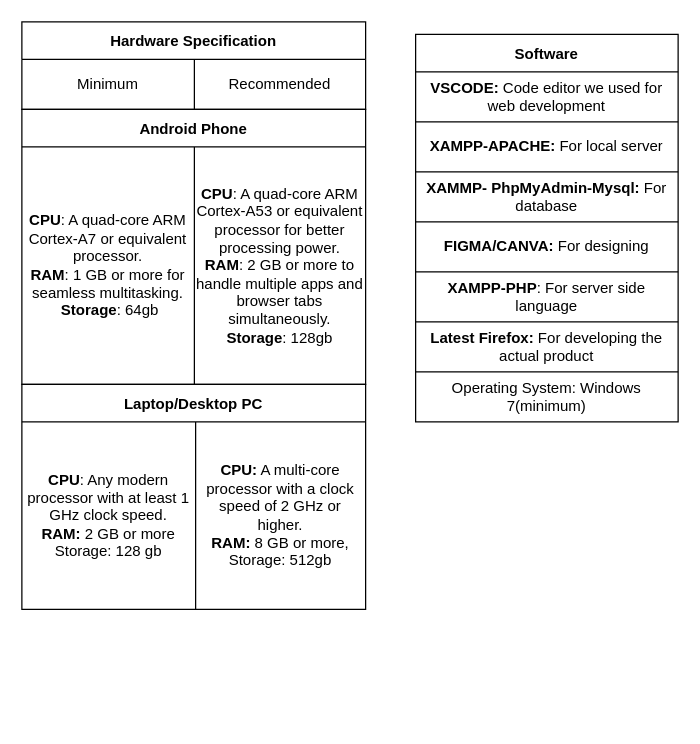
Above: table.drawio in AriesJ12/Full-fledge-website-first- (draw.io), before the change. Source tidied: cells renumbered, new cells numbered last; positions are measured from the earlier drawing's top-left corner, leaving out a move shared by most shapes. Both pictures are drawn from the tidied source at 125%, with x=0, y=0 at pixel (21, 21).
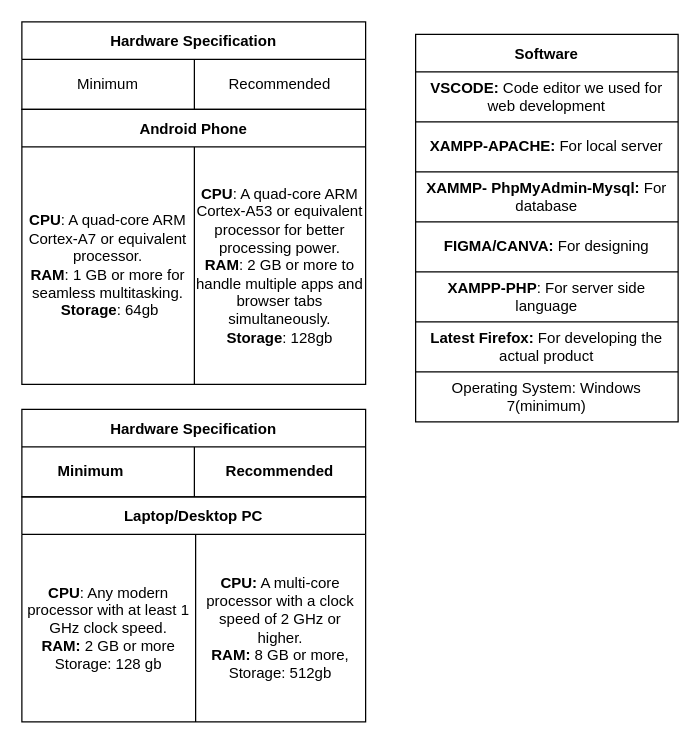
Above is the later version.

Diff of the diagram source:
```diff
@@
     <mxCell id="6" value="Laptop/Desktop PC" style="shape=table;startSize=30;childLayout=tableLayout;fontStyle=1;align=center;" parent="1" vertex="1">
-      <mxGeometry y="290" width="275" height="180" as="geometry" />
+      <mxGeometry y="380" width="275" height="180" as="geometry" />
     </mxCell>
@@
+    <mxCell id="29" value="Hardware Specification" style="shape=table;startSize=30;childLayout=tableLayout;fontStyle=1;align=center;" parent="1" vertex="1">
+      <mxGeometry y="310" width="275" height="70" as="geometry" />
+    </mxCell>
+    <mxCell id="30" style="shape=tableRow;horizontal=0;startSize=0;swimlaneHead=0;swimlaneBody=0;top=0;left=0;bottom=0;right=0;fillColor=none;" parent="29" vertex="1">
+      <mxGeometry y="30" width="275" height="40" as="geometry" />
+    </mxCell>
+    <mxCell id="31" value="&lt;b&gt;Minimum&lt;span style=&quot;white-space: pre;&quot;&gt;&#9;&lt;/span&gt;&lt;/b&gt;" style="shape=partialRectangle;html=1;whiteSpace=wrap;fillColor=none;top=0;left=0;bottom=0;right=0;overflow=hidden;" parent="30" vertex="1">
+      <mxGeometry width="138" height="40" as="geometry" />
+    </mxCell>
+    <mxCell id="32" value="&lt;b&gt;Recommended&lt;/b&gt;" style="shape=partialRectangle;html=1;whiteSpace=wrap;fillColor=none;top=0;left=0;bottom=0;right=0;overflow=hidden;" parent="30" vertex="1">
+      <mxGeometry x="138" width="137" height="40" as="geometry" />
+    </mxCell>
```
